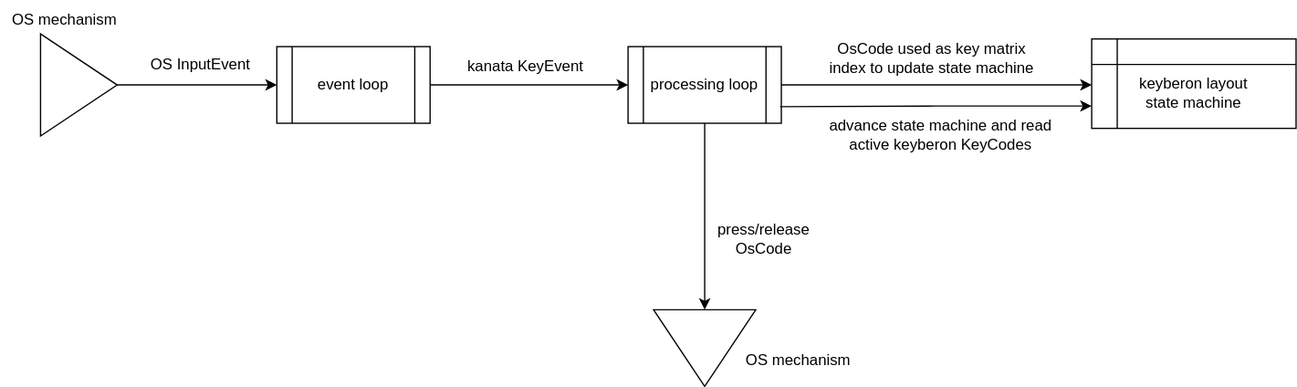
Before: docs/kanata-basic-diagram.svg, a diagram exported from draw.io (jtroo/kanata). Source tidied: cells renumbered, new cells last; positions are measured from the earlier drawing's top-left corner, leaving out a move shared by most shapes.
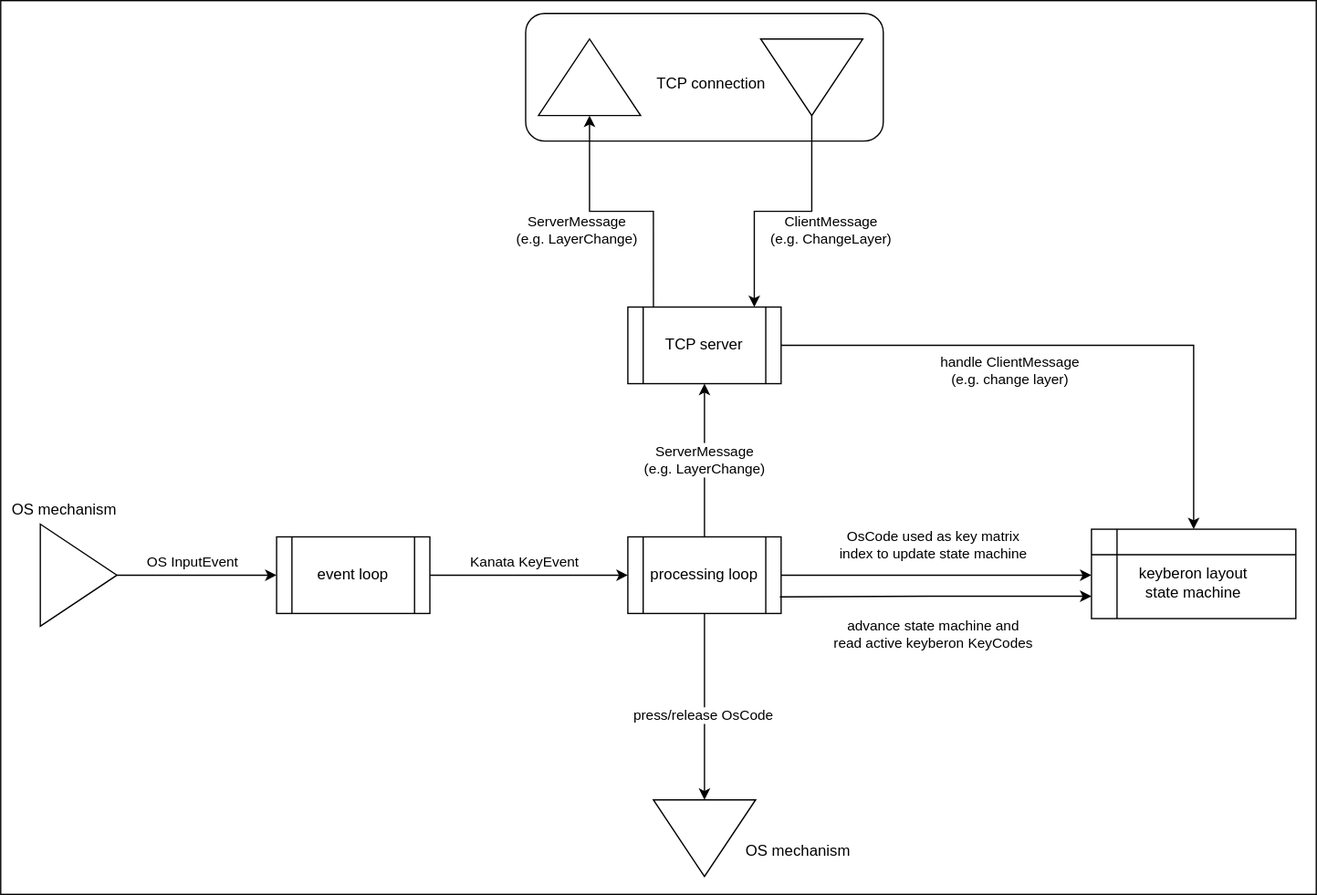
Later version of the same file.

Commit message:
doc: update design diagram and document

Diff of the diagram source:
```diff
@@ -2,63 +2,88 @@
   <root>
     <mxCell id="0" />
     <mxCell id="1" parent="0" />
+    <mxCell id="19" style="rounded=0;whiteSpace=wrap;html=1;" parent="1" vertex="1">
+      <mxGeometry y="-384" width="1030" height="700" as="geometry" />
+    </mxCell>
+    <mxCell id="20" style="rounded=1;whiteSpace=wrap;html=1;" parent="1" vertex="1">
+      <mxGeometry x="411" y="-374" width="280" height="100" as="geometry" />
+    </mxCell>
-    <mxCell id="2" style="edgeStyle=orthogonalEdgeStyle;rounded=0;jettySize=auto;html=1;" parent="1" edge="1" source="3" target="6">
-      <mxGeometry relative="1" as="geometry" />
+    <mxCell id="2" value="OS InputEvent" style="edgeStyle=orthogonalEdgeStyle;rounded=0;jettySize=auto;html=1;" parent="1" edge="1" source="3" target="6">
+      <mxGeometry x="-0.06" y="10" relative="1" as="geometry" />
     </mxCell>
     <mxCell id="3" style="triangle;whiteSpace=wrap;html=1;" parent="1" vertex="1">
       <mxGeometry x="31" y="26" width="60" height="80" as="geometry" />
     </mxCell>
-    <mxCell id="4" value="OS InputEvent" style="text;html=1;align=center;verticalAlign=middle;strokeColor=none;fillColor=none;" parent="1" vertex="1">
-      <mxGeometry x="111" y="40" width="90" height="20" as="geometry" />
-    </mxCell>
-    <mxCell id="5" style="edgeStyle=orthogonalEdgeStyle;rounded=0;jettySize=auto;html=1;" parent="1" edge="1" source="6" target="10">
-      <mxGeometry relative="1" as="geometry" />
+    <mxCell id="5" value="Kanata KeyEvent" style="edgeStyle=orthogonalEdgeStyle;rounded=0;jettySize=auto;html=1;" parent="1" edge="1" source="6" target="10">
+      <mxGeometry x="-0.05" y="10" relative="1" as="geometry" />
     </mxCell>
     <mxCell id="6" value="event loop" style="shape=process;whiteSpace=wrap;html=1;backgroundOutline=1;" parent="1" vertex="1">
       <mxGeometry x="216" y="36" width="120" height="60" as="geometry" />
     </mxCell>
-    <mxCell id="7" value="&lt;div&gt;kanata KeyEvent&lt;/div&gt;&lt;div&gt;&lt;br&gt;&lt;/div&gt;" style="text;html=1;strokeColor=none;fillColor=none;align=center;verticalAlign=middle;whiteSpace=wrap;rounded=0;" parent="1" vertex="1">
-      <mxGeometry x="356" y="44" width="110" height="30" as="geometry" />
-    </mxCell>
-    <mxCell id="8" style="edgeStyle=orthogonalEdgeStyle;rounded=0;jettySize=auto;html=1;" parent="1" edge="1" source="10" target="12">
-      <mxGeometry relative="1" as="geometry">
+    <mxCell id="8" value="&lt;br&gt;&lt;div&gt;OsCode used as key matrix&lt;/div&gt;&lt;div&gt;index to update state machine&lt;/div&gt;" style="edgeStyle=orthogonalEdgeStyle;rounded=0;jettySize=auto;html=1;" parent="1" edge="1" source="10" target="12">
+      <mxGeometry x="-0.02" y="30" relative="1" as="geometry">
         <Array as="points">
           <mxPoint x="754" y="66" />
           <mxPoint x="754" y="66" />
         </Array>
       </mxGeometry>
     </mxCell>
-    <mxCell id="9" style="edgeStyle=orthogonalEdgeStyle;rounded=0;jettySize=auto;html=1;" parent="1" edge="1" source="10" target="16">
-      <mxGeometry relative="1" as="geometry" />
+    <mxCell id="9" value="press/release OsCode" style="edgeStyle=orthogonalEdgeStyle;rounded=0;jettySize=auto;html=1;" parent="1" edge="1" source="10" target="16">
+      <mxGeometry x="0.1" y="-1" relative="1" as="geometry" />
     </mxCell>
+    <mxCell id="21" value="&lt;div&gt;ServerMessage&lt;br&gt;&lt;/div&gt;&lt;div&gt;(e.g. LayerChange)&lt;br&gt;&lt;/div&gt;" style="edgeStyle=orthogonalEdgeStyle;rounded=0;jettySize=auto;html=1;" parent="1" edge="1" source="10" target="24">
+      <mxGeometry relative="1" as="geometry" />
+    </mxCell>
     <mxCell id="10" value="&lt;div&gt;processing loop&lt;/div&gt;" style="shape=process;whiteSpace=wrap;html=1;backgroundOutline=1;" parent="1" vertex="1">
       <mxGeometry x="491" y="36" width="120" height="60" as="geometry" />
     </mxCell>
-    <mxCell id="11" style="edgeStyle=orthogonalEdgeStyle;rounded=0;jettySize=auto;html=1;exitX=0;exitY=0.75;exitDx=0;exitDy=0;startArrow=classic;startFill=1;endArrow=none;endFill=0;" parent="1" edge="1" source="12">
-      <mxGeometry relative="1" as="geometry">
+    <mxCell id="11" value="&lt;br&gt;&lt;div&gt;advance state machine and&lt;/div&gt;&lt;div&gt;read active keyberon KeyCodes&lt;/div&gt;" style="edgeStyle=orthogonalEdgeStyle;rounded=0;jettySize=auto;html=1;exitX=0;exitY=0.75;exitDx=0;exitDy=0;startArrow=classic;startFill=1;endArrow=none;endFill=0;" parent="1" edge="1" source="12">
+      <mxGeometry x="0.02" y="23" relative="1" as="geometry">
         <mxPoint x="610" y="83" as="targetPoint" />
       </mxGeometry>
     </mxCell>
     <mxCell id="12" value="&lt;div&gt;&lt;br&gt;&lt;/div&gt;&lt;div&gt;keyberon layout&lt;/div&gt;&lt;div&gt;state machine&lt;/div&gt;" style="shape=internalStorage;whiteSpace=wrap;html=1;backgroundOutline=1;" parent="1" vertex="1">
       <mxGeometry x="854" y="30" width="160" height="70" as="geometry" />
     </mxCell>
-    <mxCell id="13" value="OsCode used as key matrix index to update state machine" style="text;html=1;strokeColor=none;fillColor=none;align=center;verticalAlign=middle;whiteSpace=wrap;rounded=0;" parent="1" vertex="1">
-      <mxGeometry x="644" y="30" width="170" height="30" as="geometry" />
-    </mxCell>
     <mxCell id="14" value="&lt;div&gt;OS mechanism&lt;/div&gt;" style="text;html=1;strokeColor=none;fillColor=none;align=center;verticalAlign=middle;whiteSpace=wrap;rounded=0;" parent="1" vertex="1">
       <mxGeometry width="100" height="30" as="geometry" />
     </mxCell>
-    <mxCell id="15" value="advance state machine and read active keyberon KeyCodes" style="text;html=1;strokeColor=none;fillColor=none;align=center;verticalAlign=middle;whiteSpace=wrap;rounded=0;" parent="1" vertex="1">
-      <mxGeometry x="638" y="90" width="196" height="30" as="geometry" />
-    </mxCell>
     <mxCell id="16" style="triangle;whiteSpace=wrap;html=1;direction=south;" parent="1" vertex="1">
       <mxGeometry x="511" y="242" width="80" height="60" as="geometry" />
     </mxCell>
     <mxCell id="17" value="OS mechanism" style="text;html=1;align=center;verticalAlign=middle;strokeColor=none;fillColor=none;" parent="1" vertex="1">
       <mxGeometry x="574" y="272" width="100" height="20" as="geometry" />
     </mxCell>
-    <mxCell id="18" value="&lt;div&gt;press/release OsCode&lt;/div&gt;" style="text;html=1;strokeColor=none;fillColor=none;align=center;verticalAlign=middle;whiteSpace=wrap;rounded=0;" parent="1" vertex="1">
-      <mxGeometry x="551" y="172" width="93" height="30" as="geometry" />
-    </mxCell>
+    <mxCell id="22" value="&lt;div&gt;ServerMessage&lt;br&gt;&lt;/div&gt;&lt;div&gt;(e.g. LayerChange)&lt;/div&gt;" style="edgeStyle=orthogonalEdgeStyle;rounded=0;jettySize=auto;html=1;exitX=0.167;exitY=0.017;exitDx=0;exitDy=0;exitPerimeter=0;" parent="1" edge="1" source="24" target="25">
+      <mxGeometry x="0.3" y="22" relative="1" as="geometry">
+        <mxPoint x="12" y="20" as="offset" />
+      </mxGeometry>
+    </mxCell>
+    <mxCell id="23" value="&lt;div&gt;handle ClientMessage&lt;br&gt;&lt;/div&gt;&lt;div&gt;(e.g. change layer)&lt;br&gt;&lt;/div&gt;" style="edgeStyle=orthogonalEdgeStyle;rounded=0;jettySize=auto;html=1;entryX=0.5;entryY=0;entryDx=0;entryDy=0;" parent="1" edge="1" source="24" target="12">
+      <mxGeometry x="-0.23" y="-20" relative="1" as="geometry" />
+    </mxCell>
+    <mxCell id="24" value="TCP server" style="shape=process;whiteSpace=wrap;html=1;backgroundOutline=1;" parent="1" vertex="1">
+      <mxGeometry x="491" y="-144" width="120" height="60" as="geometry" />
+    </mxCell>
+    <mxCell id="25" style="triangle;whiteSpace=wrap;html=1;direction=north;" parent="1" vertex="1">
+      <mxGeometry x="421" y="-354" width="80" height="60" as="geometry" />
+    </mxCell>
+    <mxCell id="26" value="&lt;div&gt;ClientMessage&lt;br&gt;&lt;/div&gt;&lt;div&gt;(e.g. ChangeLayer)&lt;br&gt;&lt;/div&gt;" style="edgeStyle=orthogonalEdgeStyle;rounded=0;jettySize=auto;html=1;" parent="1" edge="1" source="27">
+      <mxGeometry x="-0.23" y="21" relative="1" as="geometry">
+        <mxPoint x="590" y="-144" as="targetPoint" />
+        <Array as="points">
+          <mxPoint x="635" y="-219" />
+          <mxPoint x="590" y="-219" />
+          <mxPoint x="590" y="-144" />
+        </Array>
+        <mxPoint x="15" y="-6" as="offset" />
+      </mxGeometry>
+    </mxCell>
+    <mxCell id="27" style="triangle;whiteSpace=wrap;html=1;direction=south;" parent="1" vertex="1">
+      <mxGeometry x="595" y="-354" width="80" height="60" as="geometry" />
+    </mxCell>
+    <mxCell id="28" value="TCP connection" style="text;html=1;strokeColor=none;fillColor=none;align=center;verticalAlign=middle;whiteSpace=wrap;rounded=0;" parent="1" vertex="1">
+      <mxGeometry x="512" y="-334" width="89" height="30" as="geometry" />
+    </mxCell>
   </root>
 </mxGraphModel>
```
